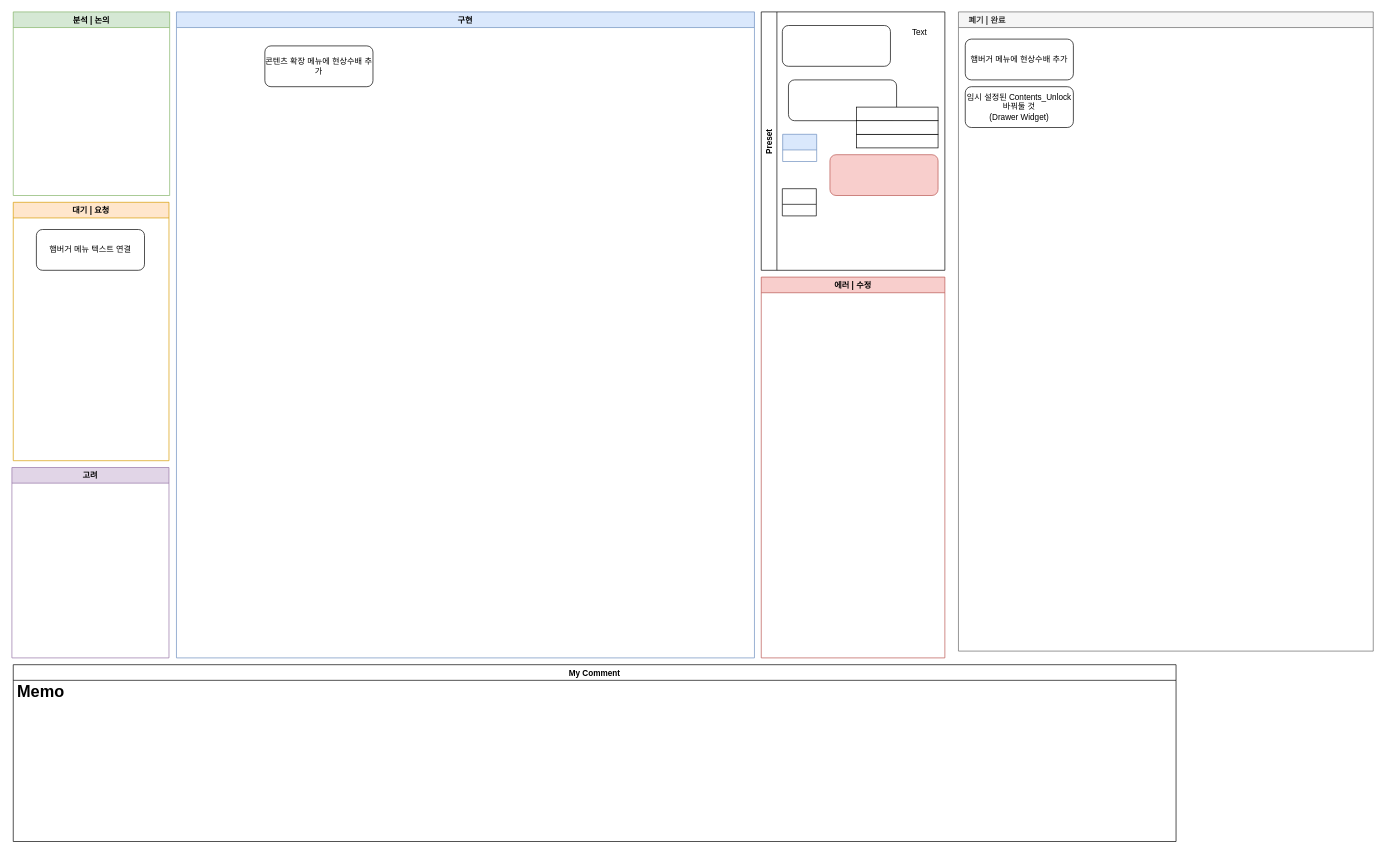
Above: 현상수배 모드.drawio in Endorr/Job-Board (draw.io), before the change. Source tidied: cells renumbered, new cells numbered last; positions are measured from the earlier drawing's top-left corner, leaving out a move shared by most shapes. Both pictures are drawn from the tidied source at 68%, with x=0, y=0 at pixel (12, 12).
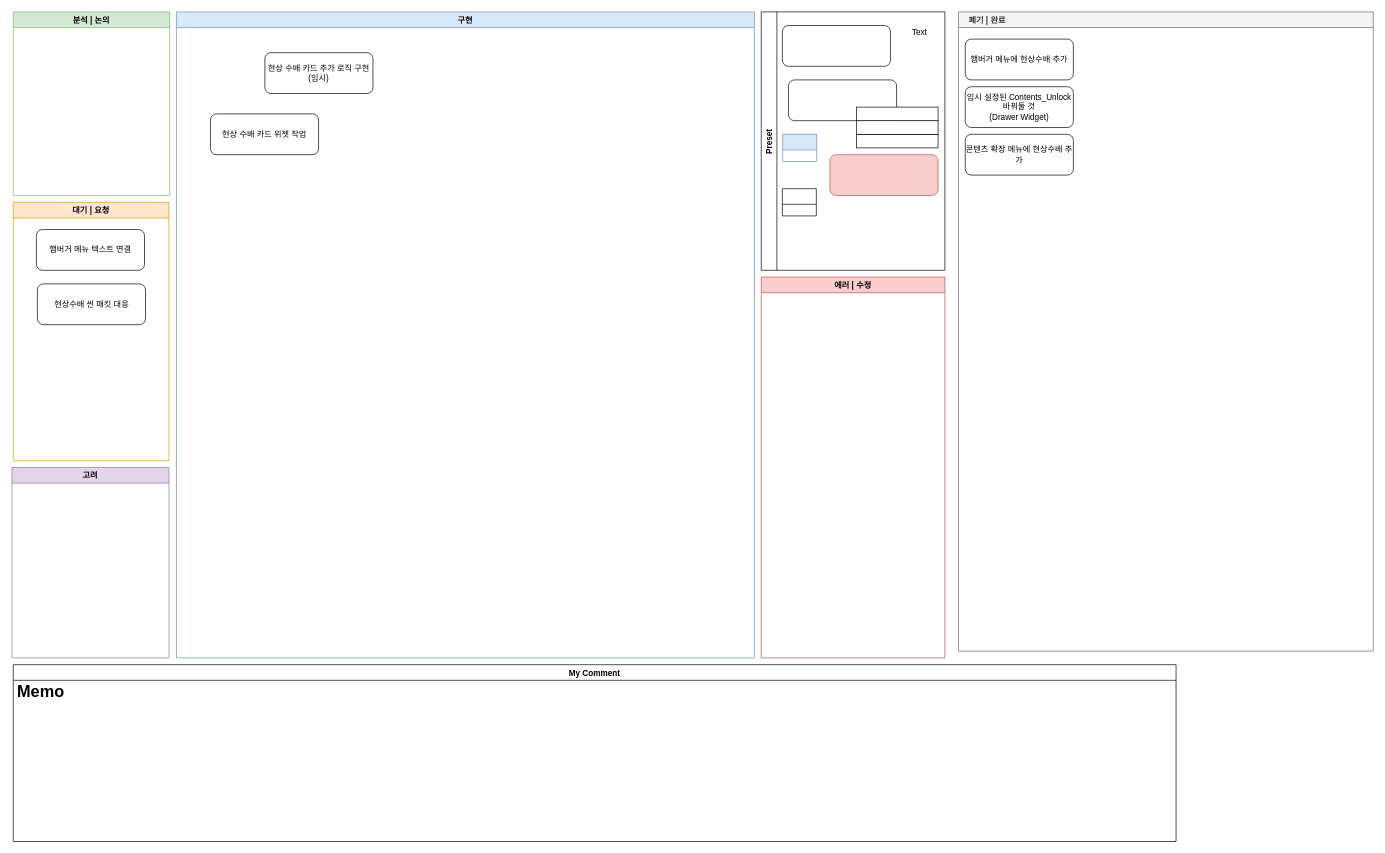
Above is the later version.

Commit message:
현상수배 모드.drawio 업데이트

The change refers to these unchanged cells:
```xml
<mxCell id="2" value="구현" style="swimlane;fillColor=#dae8fc;strokeColor=#6c8ebf;" parent="1" vertex="1">
  <mxGeometry x="242" width="850" height="950" as="geometry" />
</mxCell>
<mxCell id="5" value="대기 | 요청" style="swimlane;strokeColor=#d79b00;fillColor=#ffe6cc;" parent="1" vertex="1">
  <mxGeometry x="2" y="280" width="229" height="380" as="geometry" />
</mxCell>
<mxCell id="7" value="    폐기 | 완료" style="swimlane;strokeColor=#666666;fillColor=#f5f5f5;fontColor=#333333;align=left;" parent="1" vertex="1">
  <mxGeometry x="1392" width="610" height="940" as="geometry" />
</mxCell>
```

Change to the diagram source:
```diff
@@
-    <mxCell id="3" value="콘텐츠 확장 메뉴에 현상수배 추가" style="rounded=1;whiteSpace=wrap;html=1;" parent="2" vertex="1">
-      <mxGeometry x="130" y="50" width="159" height="60" as="geometry" />
-    </mxCell>
+    <mxCell id="25" value="현상 수배 카드 추가 로직 구현(임시)" style="rounded=1;whiteSpace=wrap;html=1;" parent="2" vertex="1">
+      <mxGeometry x="130" y="60" width="159" height="60" as="geometry" />
+    </mxCell>
+    <mxCell id="26" value="현상 수배 카드 위젯 작업" style="rounded=1;whiteSpace=wrap;html=1;" parent="2" vertex="1">
+      <mxGeometry x="50" y="150" width="159" height="60" as="geometry" />
+    </mxCell>
@@
+    <mxCell id="27" value="현상수배 씬 패킷 대응" style="rounded=1;whiteSpace=wrap;html=1;" parent="5" vertex="1">
+      <mxGeometry x="35.5" y="120" width="159" height="60" as="geometry" />
+    </mxCell>
@@
+    <mxCell id="3" value="콘텐츠 확장 메뉴에 현상수배 추가" style="rounded=1;whiteSpace=wrap;html=1;" parent="7" vertex="1">
+      <mxGeometry x="10" y="180" width="159" height="60" as="geometry" />
+    </mxCell>
```
